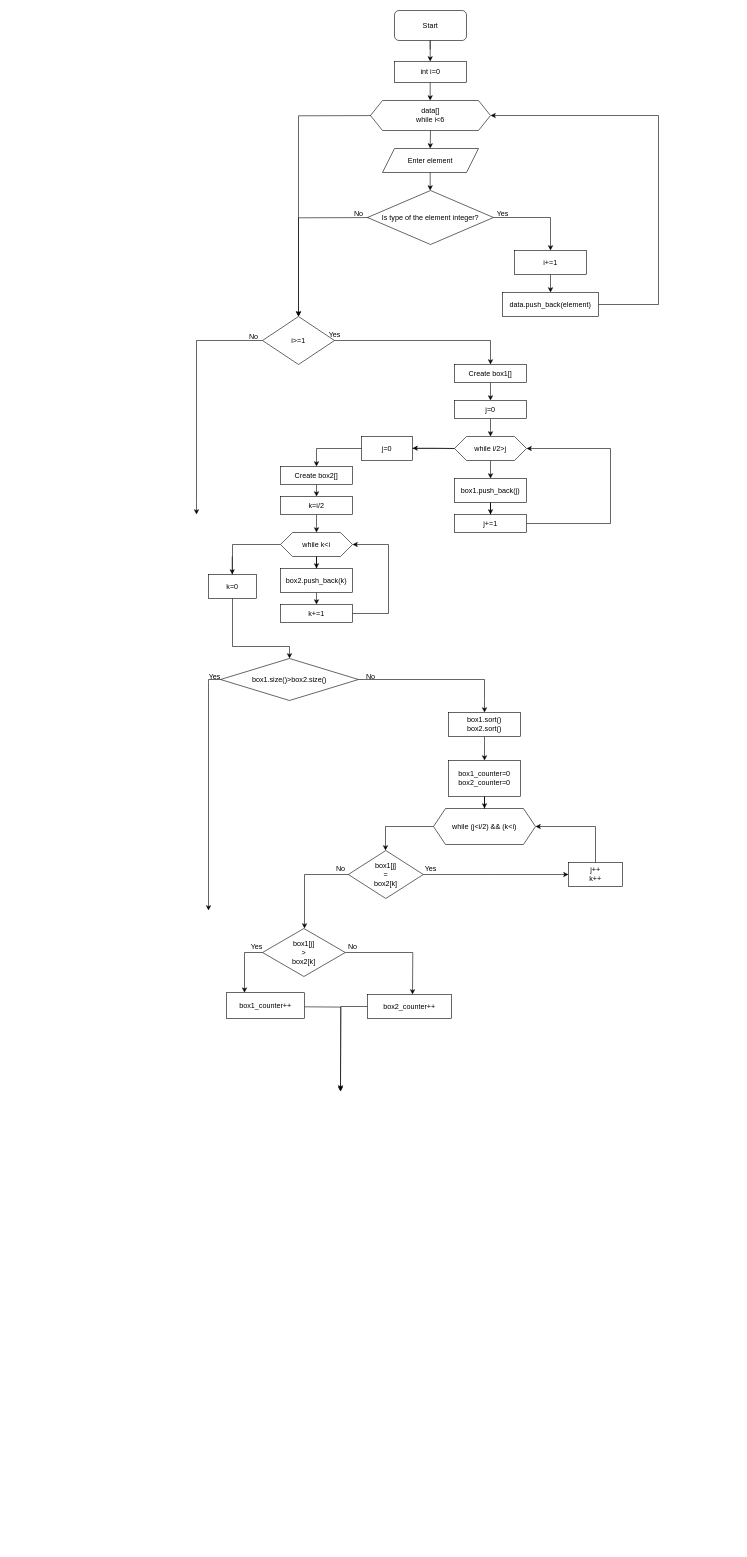
The draw.io diagram sources/Untitled Diagram.drawio in Enyarina/Kate6, before the edit. Source tidied: cells renumbered, new cells numbered last; positions are measured from the earlier drawing's top-left corner, leaving out a move shared by most shapes. Both pictures are drawn from the tidied source at 60%, with x=0, y=0 at pixel (196, 10).
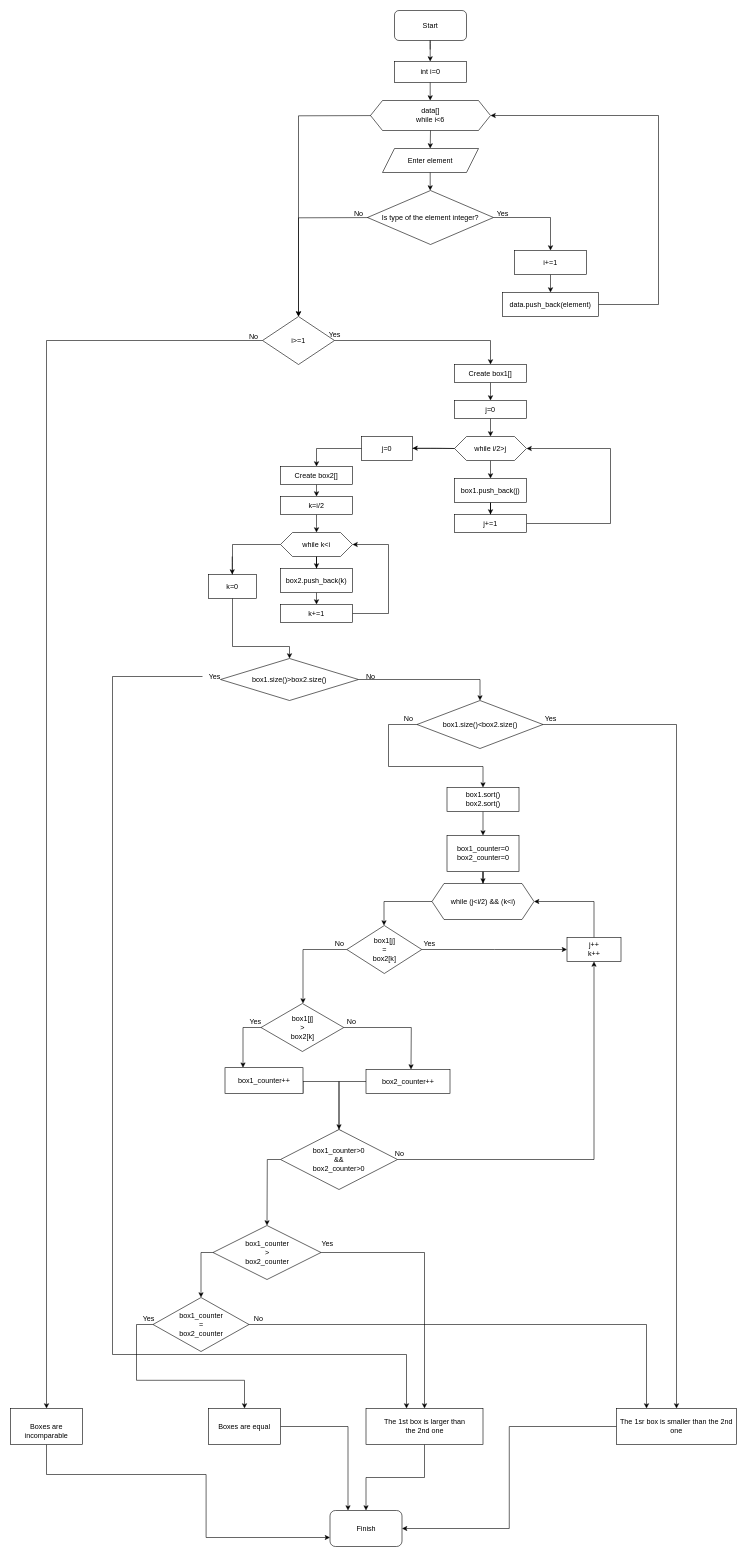
After the change.

The change refers to these unchanged cells:
```xml
<mxCell id="16" value="i&amp;gt;=1" style="rhombus;whiteSpace=wrap;html=1;align=center;" parent="1" vertex="1">
  <mxGeometry x="110" y="510" width="120" height="80" as="geometry" />
</mxCell>
<mxCell id="49" value="box1.size()&amp;gt;box2.size()" style="rhombus;whiteSpace=wrap;html=1;" parent="1" vertex="1">
  <mxGeometry x="40" y="1080" width="230" height="70" as="geometry" />
</mxCell>
<mxCell id="53" value="Yes" style="text;html=1;align=center;verticalAlign=middle;points=[];" parent="1" vertex="1">
  <mxGeometry x="10" y="1100" width="40" height="20" as="geometry" />
</mxCell>
```

The edit, as a diff of the source:
```diff
@@
-    <mxCell id="14" style="edgeStyle=orthogonalEdgeStyle;rounded=0;jettySize=auto;html=1;" parent="1" edge="1" source="16">
+    <mxCell id="14" style="edgeStyle=orthogonalEdgeStyle;rounded=0;jettySize=auto;html=1;" parent="1" edge="1" source="16" target="106">
       <mxGeometry relative="1" as="geometry">
-        <mxPoint y="840" as="targetPoint" />
         <Array as="points">
-          <mxPoint y="550" />
-          <mxPoint y="820" />
+          <mxPoint x="-250" y="550" />
         </Array>
       </mxGeometry>
     </mxCell>
@@
-    <mxCell id="47" style="edgeStyle=orthogonalEdgeStyle;rounded=0;jettySize=auto;html=1;exitX=0;exitY=0.5;exitDx=0;exitDy=0;" parent="1" edge="1" source="49">
-      <mxGeometry relative="1" as="geometry">
-        <mxPoint x="20" y="1500" as="targetPoint" />
-        <Array as="points">
-          <mxPoint x="20" y="1120" />
-          <mxPoint x="20" y="1480" />
-        </Array>
-      </mxGeometry>
-    </mxCell>
-    <mxCell id="48" style="edgeStyle=orthogonalEdgeStyle;rounded=0;jettySize=auto;html=1;exitX=1;exitY=0.5;exitDx=0;exitDy=0;" parent="1" edge="1" source="49">
-      <mxGeometry relative="1" as="geometry">
-        <mxPoint x="480" y="1170" as="targetPoint" />
-        <Array as="points">
-          <mxPoint x="480" y="1115" />
-          <mxPoint x="480" y="1150" />
-        </Array>
-      </mxGeometry>
-    </mxCell>
+    <mxCell id="78" style="edgeStyle=orthogonalEdgeStyle;rounded=0;jettySize=auto;html=1;exitX=1;exitY=0.5;exitDx=0;exitDy=0;entryX=0.5;entryY=0;entryDx=0;entryDy=0;endSize=6;" parent="1" edge="1" source="49" target="96">
+      <mxGeometry relative="1" as="geometry" />
+    </mxCell>
@@
     <mxCell id="51" value="&lt;div&gt;box1.sort()&lt;/div&gt;&lt;div&gt;box2.sort()&lt;br&gt;&lt;/div&gt;" style="rounded=0;whiteSpace=wrap;html=1;" parent="1" vertex="1">
-      <mxGeometry x="420" y="1170" width="120" height="40" as="geometry" />
+      <mxGeometry x="417.5" y="1295" width="120" height="40" as="geometry" />
     </mxCell>
@@
+    <mxCell id="79" style="edgeStyle=orthogonalEdgeStyle;rounded=0;jettySize=auto;html=1;endSize=6;" parent="1" edge="1" source="53" target="89">
+      <mxGeometry relative="1" as="geometry">
+        <Array as="points">
+          <mxPoint x="-140" y="1110" />
+          <mxPoint x="-140" y="2240" />
+          <mxPoint x="350" y="2240" />
+        </Array>
+      </mxGeometry>
+    </mxCell>
@@
     <mxCell id="54" style="edgeStyle=orthogonalEdgeStyle;rounded=0;jettySize=auto;html=1;exitX=0;exitY=0.5;exitDx=0;exitDy=0;" parent="1" edge="1" source="55">
       <mxGeometry relative="1" as="geometry">
-        <mxPoint x="315" y="1400" as="targetPoint" />
+        <mxPoint x="312.5" y="1525" as="targetPoint" />
         <Array as="points">
-          <mxPoint x="315" y="1360" />
+          <mxPoint x="312.5" y="1485" />
         </Array>
       </mxGeometry>
     </mxCell>
     <mxCell id="55" value="while (j&amp;lt;i/2) &amp;amp;&amp;amp; (k&amp;lt;i)" style="shape=hexagon;perimeter=hexagonPerimeter2;whiteSpace=wrap;html=1;fixedSize=1;" parent="1" vertex="1">
-      <mxGeometry x="395" y="1330" width="170" height="60" as="geometry" />
+      <mxGeometry x="392.5" y="1455" width="170" height="60" as="geometry" />
     </mxCell>
@@
     <mxCell id="61" value="&lt;div&gt;box1_counter=0&lt;/div&gt;&lt;div&gt;box2_counter=0&lt;br&gt;&lt;/div&gt;" style="rounded=0;whiteSpace=wrap;html=1;" parent="1" vertex="1">
-      <mxGeometry x="420" y="1250" width="120" height="60" as="geometry" />
+      <mxGeometry x="417.5" y="1375" width="120" height="60" as="geometry" />
     </mxCell>
     <mxCell id="62" style="edgeStyle=orthogonalEdgeStyle;rounded=0;jettySize=auto;html=1;" parent="1" edge="1" source="64">
       <mxGeometry relative="1" as="geometry">
-        <mxPoint x="620" y="1440" as="targetPoint" />
+        <mxPoint x="617.5" y="1565" as="targetPoint" />
       </mxGeometry>
     </mxCell>
     <mxCell id="63" style="edgeStyle=orthogonalEdgeStyle;rounded=0;jettySize=auto;html=1;exitX=0;exitY=0.5;exitDx=0;exitDy=0;" parent="1" edge="1" source="64">
       <mxGeometry relative="1" as="geometry">
-        <mxPoint x="180" y="1530" as="targetPoint" />
+        <mxPoint x="177.5" y="1655" as="targetPoint" />
         <Array as="points">
-          <mxPoint x="180" y="1440" />
+          <mxPoint x="177.5" y="1565" />
         </Array>
       </mxGeometry>
     </mxCell>
     <mxCell id="64" value="&lt;div&gt;box1[j]&lt;/div&gt;&lt;div&gt;=&lt;/div&gt;&lt;div&gt;box2[k]&lt;br&gt;&lt;/div&gt;" style="rhombus;whiteSpace=wrap;html=1;" parent="1" vertex="1">
-      <mxGeometry x="253" y="1400" width="125" height="80" as="geometry" />
+      <mxGeometry x="250.5" y="1525" width="125" height="80" as="geometry" />
     </mxCell>
@@
     <mxCell id="66" value="&lt;div&gt;j++&lt;/div&gt;&lt;div&gt;k++&lt;br&gt;&lt;/div&gt;" style="rounded=0;whiteSpace=wrap;html=1;" parent="1" vertex="1">
-      <mxGeometry x="620" y="1420" width="90" height="40" as="geometry" />
+      <mxGeometry x="617.5" y="1545" width="90" height="40" as="geometry" />
     </mxCell>
     <mxCell id="67" value="Yes" style="text;html=1;align=center;verticalAlign=middle;" parent="1" vertex="1">
-      <mxGeometry x="370" y="1420" width="40" height="20" as="geometry" />
+      <mxGeometry x="367.5" y="1545" width="40" height="20" as="geometry" />
     </mxCell>
     <mxCell id="68" value="No" style="text;html=1;align=center;verticalAlign=middle;" parent="1" vertex="1">
-      <mxGeometry x="225" y="1420" width="30" height="20" as="geometry" />
+      <mxGeometry x="222.5" y="1545" width="30" height="20" as="geometry" />
     </mxCell>
     <mxCell id="69" style="edgeStyle=orthogonalEdgeStyle;rounded=0;jettySize=auto;html=1;" parent="1" edge="1" source="70">
       <mxGeometry relative="1" as="geometry">
-        <mxPoint x="360" y="1640" as="targetPoint" />
+        <mxPoint x="357.5" y="1765" as="targetPoint" />
       </mxGeometry>
     </mxCell>
     <mxCell id="70" value="&lt;div&gt;box1[j]&lt;/div&gt;&lt;div&gt;&amp;gt;&lt;/div&gt;&lt;div&gt;box2[k]&lt;br&gt;&lt;/div&gt;" style="rhombus;whiteSpace=wrap;html=1;" parent="1" vertex="1">
-      <mxGeometry x="110" y="1530" width="138" height="80" as="geometry" />
+      <mxGeometry x="107.5" y="1655" width="138" height="80" as="geometry" />
     </mxCell>
     <mxCell id="71" value="No" style="text;html=1;align=center;verticalAlign=middle;" parent="1" vertex="1">
-      <mxGeometry x="245" y="1550" width="30" height="20" as="geometry" />
+      <mxGeometry x="242.5" y="1675" width="30" height="20" as="geometry" />
     </mxCell>
     <mxCell id="72" value="Yes" style="text;html=1;align=center;verticalAlign=middle;" parent="1" vertex="1">
-      <mxGeometry x="80" y="1550" width="40" height="20" as="geometry" />
+      <mxGeometry x="77.5" y="1675" width="40" height="20" as="geometry" />
     </mxCell>
-    <mxCell id="73" style="edgeStyle=orthogonalEdgeStyle;rounded=0;jettySize=auto;html=1;endSize=6;" parent="1" edge="1" source="74">
-      <mxGeometry relative="1" as="geometry">
-        <mxPoint x="240" y="1800" as="targetPoint" />
-      </mxGeometry>
-    </mxCell>
     <mxCell id="74" value="box2_counter++" style="rounded=0;whiteSpace=wrap;html=1;" parent="1" vertex="1">
-      <mxGeometry x="285" y="1640" width="140" height="40" as="geometry" />
+      <mxGeometry x="282.5" y="1765" width="140" height="40" as="geometry" />
     </mxCell>
     <mxCell id="75" style="edgeStyle=orthogonalEdgeStyle;rounded=0;orthogonalLoop=1;jettySize=auto;html=1;endSize=6;" parent="1" edge="1">
       <mxGeometry relative="1" as="geometry">
-        <mxPoint x="180" y="1660.5" as="sourcePoint" />
-        <mxPoint x="240" y="1802" as="targetPoint" />
+        <mxPoint x="177.5" y="1805" as="sourcePoint" />
+        <mxPoint x="237.5" y="1875" as="targetPoint" />
+        <Array as="points">
+          <mxPoint x="177.5" y="1785" />
+          <mxPoint x="237.5" y="1785" />
+        </Array>
       </mxGeometry>
     </mxCell>
     <mxCell id="76" value="box1_counter++" style="rounded=0;whiteSpace=wrap;html=1;" parent="1" vertex="1">
-      <mxGeometry x="50" y="1637" width="130" height="43" as="geometry" />
+      <mxGeometry x="47.5" y="1762" width="130" height="43" as="geometry" />
     </mxCell>
     <mxCell id="77" style="edgeStyle=orthogonalEdgeStyle;rounded=0;jettySize=auto;html=1;endSize=6;" parent="1" edge="1" source="70" target="76">
       <mxGeometry relative="1" as="geometry">
         <Array as="points">
-          <mxPoint x="80" y="1570" />
+          <mxPoint x="77.5" y="1695" />
         </Array>
       </mxGeometry>
     </mxCell>
+    <mxCell id="80" style="edgeStyle=orthogonalEdgeStyle;rounded=0;jettySize=auto;html=1;entryX=0.5;entryY=1;entryDx=0;entryDy=0;endSize=6;" parent="1" edge="1" source="82" target="66">
+      <mxGeometry relative="1" as="geometry" />
+    </mxCell>
+    <mxCell id="81" style="edgeStyle=orthogonalEdgeStyle;rounded=0;jettySize=auto;html=1;endSize=6;" parent="1" edge="1" source="82">
+      <mxGeometry relative="1" as="geometry">
+        <mxPoint x="117.5" y="2025" as="targetPoint" />
+      </mxGeometry>
+    </mxCell>
+    <mxCell id="82" value="&lt;div&gt;box1_counter&amp;gt;0&lt;/div&gt;&lt;div&gt;&amp;amp;&amp;amp;&lt;/div&gt;&lt;div&gt;box2_counter&amp;gt;0&lt;br&gt;&lt;/div&gt;" style="rhombus;whiteSpace=wrap;html=1;" parent="1" vertex="1">
+      <mxGeometry x="140" y="1865" width="195" height="100" as="geometry" />
+    </mxCell>
+    <mxCell id="83" style="edgeStyle=orthogonalEdgeStyle;rounded=0;jettySize=auto;html=1;endSize=6;" parent="1" edge="1" source="74" target="82">
+      <mxGeometry relative="1" as="geometry">
+        <Array as="points">
+          <mxPoint x="237.5" y="1785" />
+        </Array>
+      </mxGeometry>
+    </mxCell>
+    <mxCell id="84" value="No" style="text;html=1;align=center;verticalAlign=middle;" parent="1" vertex="1">
+      <mxGeometry x="322.5" y="1895" width="30" height="20" as="geometry" />
+    </mxCell>
+    <mxCell id="85" style="edgeStyle=orthogonalEdgeStyle;rounded=0;jettySize=auto;html=1;endSize=6;" parent="1" edge="1" source="87" target="89">
+      <mxGeometry relative="1" as="geometry" />
+    </mxCell>
+    <mxCell id="86" style="edgeStyle=orthogonalEdgeStyle;rounded=0;jettySize=auto;html=1;exitX=0;exitY=0.5;exitDx=0;exitDy=0;endSize=6;" parent="1" edge="1" source="87">
+      <mxGeometry relative="1" as="geometry">
+        <mxPoint x="7.5" y="2145" as="targetPoint" />
+      </mxGeometry>
+    </mxCell>
+    <mxCell id="87" value="&lt;div&gt;box1_counter&lt;/div&gt;&lt;div&gt;&amp;gt;&lt;br&gt;&lt;/div&gt;&lt;div&gt;box2_counter&lt;br&gt;&lt;/div&gt;" style="rhombus;whiteSpace=wrap;html=1;" parent="1" vertex="1">
+      <mxGeometry x="27.5" y="2025" width="180" height="90" as="geometry" />
+    </mxCell>
+    <mxCell id="88" style="edgeStyle=orthogonalEdgeStyle;rounded=0;jettySize=auto;html=1;endSize=6;" parent="1" edge="1" source="89" target="107">
+      <mxGeometry relative="1" as="geometry" />
+    </mxCell>
+    <mxCell id="89" value="&lt;font color=&quot;#000000&quot;&gt;&lt;span lang=&quot;en-US&quot;&gt;The 1st box is larger than&lt;br&gt;the 2nd one&lt;/span&gt;&lt;/font&gt;" style="rounded=0;whiteSpace=wrap;html=1;" parent="1" vertex="1">
+      <mxGeometry x="282.5" y="2330" width="195" height="60" as="geometry" />
+    </mxCell>
+    <mxCell id="90" value="Yes" style="text;html=1;align=center;verticalAlign=middle;" parent="1" vertex="1">
+      <mxGeometry x="197.5" y="2045" width="40" height="20" as="geometry" />
+    </mxCell>
+    <mxCell id="91" style="edgeStyle=orthogonalEdgeStyle;rounded=0;jettySize=auto;html=1;entryX=0.25;entryY=0;entryDx=0;entryDy=0;endSize=6;" parent="1" edge="1" source="93" target="100">
+      <mxGeometry relative="1" as="geometry" />
+    </mxCell>
+    <mxCell id="92" style="edgeStyle=orthogonalEdgeStyle;rounded=0;jettySize=auto;html=1;entryX=0.5;entryY=0;entryDx=0;entryDy=0;endSize=6;" parent="1" edge="1" source="93" target="103">
+      <mxGeometry relative="1" as="geometry">
+        <Array as="points">
+          <mxPoint x="-100" y="2190" />
+          <mxPoint x="-100" y="2283" />
+          <mxPoint x="80" y="2283" />
+        </Array>
+      </mxGeometry>
+    </mxCell>
+    <mxCell id="93" value="&lt;div&gt;box1_counter&lt;/div&gt;&lt;div&gt;=&lt;br&gt;&lt;/div&gt;&lt;div&gt;box2_counter&lt;br&gt;&lt;/div&gt;" style="rhombus;whiteSpace=wrap;html=1;" parent="1" vertex="1">
+      <mxGeometry x="-72.5" y="2145" width="160" height="90" as="geometry" />
+    </mxCell>
+    <mxCell id="94" style="edgeStyle=orthogonalEdgeStyle;rounded=0;jettySize=auto;html=1;endSize=6;entryX=0.5;entryY=0;entryDx=0;entryDy=0;" parent="1" edge="1" source="96" target="100">
+      <mxGeometry relative="1" as="geometry" />
+    </mxCell>
+    <mxCell id="95" style="edgeStyle=orthogonalEdgeStyle;rounded=0;jettySize=auto;html=1;entryX=0.5;entryY=0;entryDx=0;entryDy=0;endSize=6;" parent="1" edge="1" source="96" target="51">
+      <mxGeometry relative="1" as="geometry">
+        <Array as="points">
+          <mxPoint x="320" y="1190" />
+          <mxPoint x="320" y="1260" />
+          <mxPoint x="478" y="1260" />
+        </Array>
+      </mxGeometry>
+    </mxCell>
+    <mxCell id="96" value="box1.size()&amp;lt;box2.size()" style="rhombus;whiteSpace=wrap;html=1;" parent="1" vertex="1">
+      <mxGeometry x="367.5" y="1150" width="210" height="80" as="geometry" />
+    </mxCell>
+    <mxCell id="97" value="Yes" style="text;html=1;align=center;verticalAlign=middle;" parent="1" vertex="1">
+      <mxGeometry x="570" y="1170" width="40" height="20" as="geometry" />
+    </mxCell>
+    <mxCell id="98" value="No" style="text;html=1;align=center;verticalAlign=middle;" parent="1" vertex="1">
+      <mxGeometry x="337.5" y="1170" width="30" height="20" as="geometry" />
+    </mxCell>
+    <mxCell id="99" style="edgeStyle=orthogonalEdgeStyle;rounded=0;jettySize=auto;html=1;entryX=1;entryY=0.5;entryDx=0;entryDy=0;endSize=6;" parent="1" edge="1" source="100" target="107">
+      <mxGeometry relative="1" as="geometry" />
+    </mxCell>
+    <mxCell id="100" value="The 1sr box is smaller than the 2nd one" style="rounded=0;whiteSpace=wrap;html=1;" parent="1" vertex="1">
+      <mxGeometry x="700" y="2330" width="200" height="60" as="geometry" />
+    </mxCell>
+    <mxCell id="101" value="No" style="text;html=1;align=center;verticalAlign=middle;" parent="1" vertex="1">
+      <mxGeometry x="87.5" y="2170" width="30" height="20" as="geometry" />
+    </mxCell>
+    <mxCell id="102" style="edgeStyle=orthogonalEdgeStyle;rounded=0;jettySize=auto;html=1;entryX=0.25;entryY=0;entryDx=0;entryDy=0;endSize=6;" parent="1" edge="1" source="103" target="107">
+      <mxGeometry relative="1" as="geometry" />
+    </mxCell>
+    <mxCell id="103" value="Boxes are equal" style="rounded=0;whiteSpace=wrap;html=1;" parent="1" vertex="1">
+      <mxGeometry x="20" y="2330" width="120" height="60" as="geometry" />
+    </mxCell>
+    <mxCell id="104" value="Yes" style="text;html=1;align=center;verticalAlign=middle;" parent="1" vertex="1">
+      <mxGeometry x="-100" y="2170" width="40" height="20" as="geometry" />
+    </mxCell>
+    <mxCell id="105" style="edgeStyle=orthogonalEdgeStyle;rounded=0;jettySize=auto;html=1;entryX=0;entryY=0.75;entryDx=0;entryDy=0;endSize=6;" parent="1" edge="1" source="106" target="107">
+      <mxGeometry relative="1" as="geometry">
+        <Array as="points">
+          <mxPoint x="-250" y="2440" />
+          <mxPoint x="16" y="2440" />
+          <mxPoint x="16" y="2545" />
+        </Array>
+      </mxGeometry>
+    </mxCell>
+    <mxCell id="106" value="&lt;br&gt;&lt;br&gt;Boxes are incomparable&lt;br&gt;&lt;br&gt;" style="rounded=0;whiteSpace=wrap;html=1;" parent="1" vertex="1">
+      <mxGeometry x="-310" y="2330" width="120" height="60" as="geometry" />
+    </mxCell>
+    <mxCell id="107" value="Finish" style="rounded=1;whiteSpace=wrap;html=1;" parent="1" vertex="1">
+      <mxGeometry x="222.5" y="2500" width="120" height="60" as="geometry" />
+    </mxCell>
```
